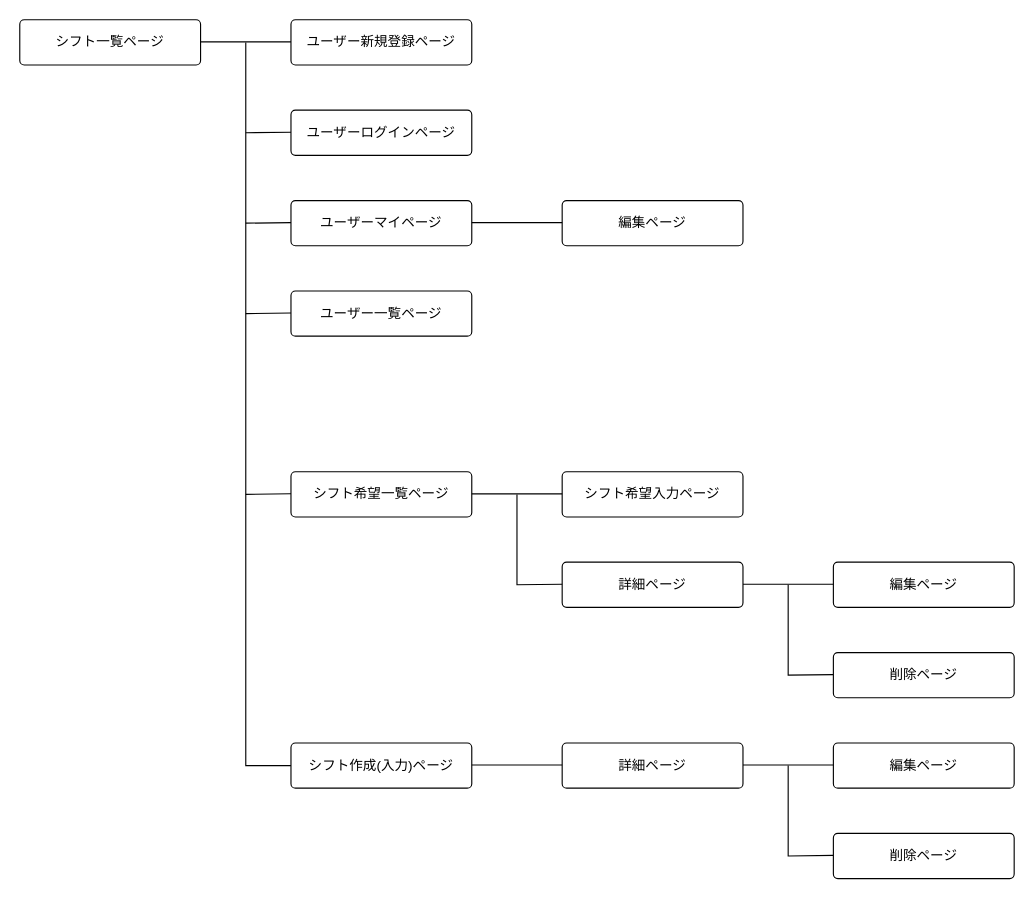
The draw.io diagram waps_画面遷移図.dio in graphite01/waps, before the edit. Source tidied: cells renumbered, new cells numbered last; positions are measured from the earlier drawing's top-left corner, leaving out a move shared by most shapes. Both pictures are drawn from the tidied source at 113%, with x=0, y=0 at pixel (19, 19).
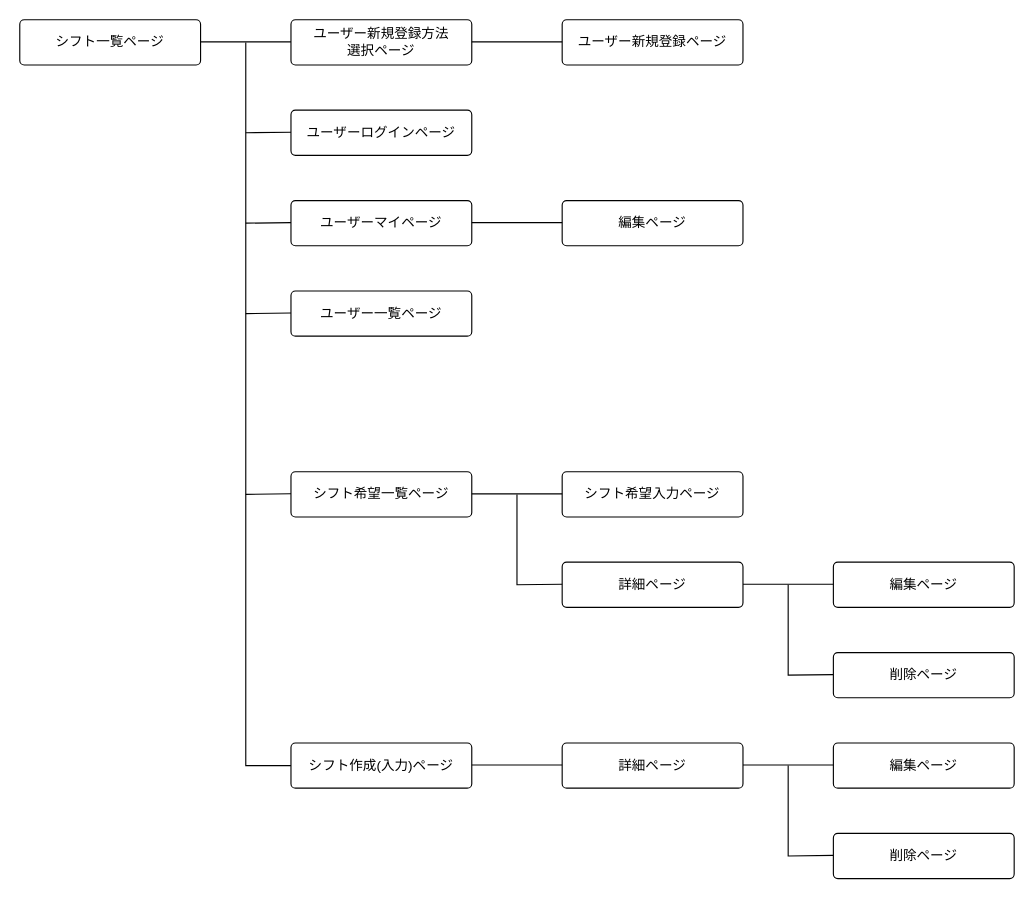
Above is the later version.

Commit message:
画面遷移図、追記

What changed in the source:
```diff
@@
     <mxCell id="2" value="ユーザー新規登録ページ" style="rounded=1;arcSize=10;whiteSpace=wrap;html=1;align=center;" parent="1" vertex="1">
-      <mxGeometry x="240" width="160" height="40" as="geometry" />
+      <mxGeometry x="480" width="160" height="40" as="geometry" />
     </mxCell>
@@
+    <mxCell id="31" value="ユーザー新規登録方法&lt;br&gt;選択ページ" style="rounded=1;arcSize=10;whiteSpace=wrap;html=1;align=center;" parent="1" vertex="1">
+      <mxGeometry x="240" width="160" height="40" as="geometry" />
+    </mxCell>
+    <mxCell id="32" style="endArrow=none;html=1;rounded=0;" parent="1" edge="1">
+      <mxGeometry relative="1" as="geometry">
+        <mxPoint x="400" y="19.5" as="sourcePoint" />
+        <mxPoint x="480" y="19.5" as="targetPoint" />
+      </mxGeometry>
+    </mxCell>
```
